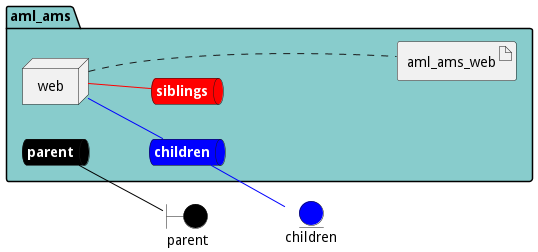
The PlantUML diagram docs/edgemere/aml/ams/envs/test/deployment.png in madajaju/edgemere, before a commit.
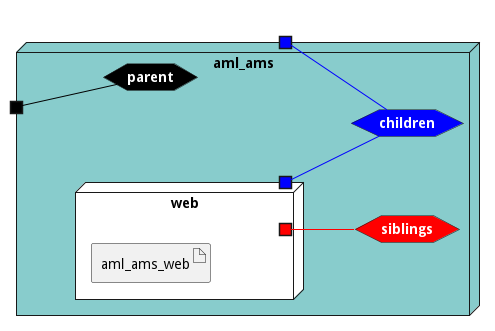
The same file after the commit.

Diff of the diagram source:
```diff
@@ -3,43 +3,45 @@
 left to right direction
 
 
-boundary parent #black
-
-
-entity children #blue
 
 
 
 
-package "aml_ams" #88cccc {
-    queue parentnet #black [
+
+node "aml_ams" #88cccc {
+
+
+    hexagon parentnet #black [
             <b><color:white>parent</color></b>
     ]
 
-    parentnet -[#black]- parent
+    portin " " as parentnetPortIn #black
+    parentnetPortIn -[#black]- parentnet
 
-    queue childrennet #blue [
+    hexagon childrennet #blue [
             <b><color:white>children</color></b>
     ]
 
-    childrennet -[#blue]- children
+    portout " " as childrennetPortOut #blue
+    childrennet -[#blue]- childrennetPortOut
 
-    queue siblingsnet #red [
+    hexagon siblingsnet #red [
             <b><color:white>siblings</color></b>
     ]
 
 
-node "web" as webService
+node "web" as webService #white {
+    portOut " " as webServicechildrennet #blue
+   webServicechildrennet -[#blue]- childrennet
+       portOut " " as webServicesiblingsnet #red
+   webServicesiblingsnet -[#red]- siblingsnet
 
 
-        artifact "aml_ams_web" as aml_ams_webimage
+    artifact "aml_ams_web" as aml_ams_webimage
 
 }
 
-webService -[#blue]- childrennet
-
-webService -[#red]- siblingsnet
-webService .... aml_ams_webimage
+}
 
 
 @enduml
```
